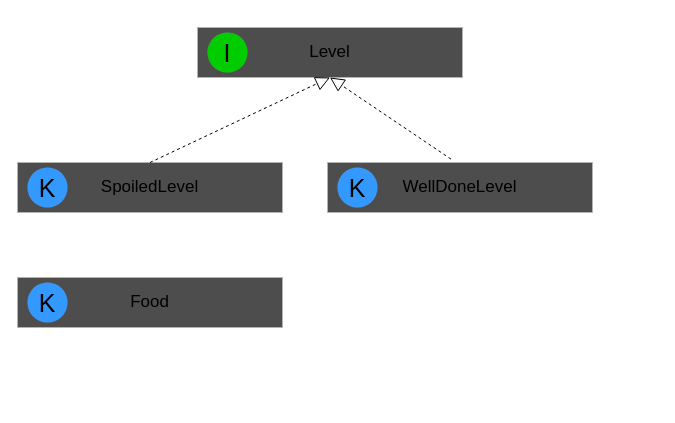
Earlier version of the draw.io diagram src/main/java/com/splab/patterns/behavioralPatterns/state/stat.drawio (Sava175/SpLab). Source tidied: cells renumbered, new cells numbered last; positions are measured from the earlier drawing's top-left corner, leaving out a move shared by most shapes. Both pictures are drawn from the tidied source at 100%, with x=0, y=0 at pixel (17, 27).
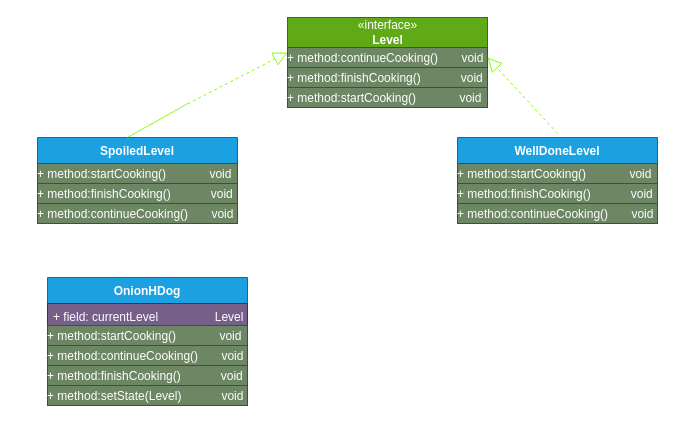
After the change.

Diff of the diagram source:
```diff
@@
-    <mxCell id="2" value="&lt;font style=&quot;font-size: 17px;&quot;&gt;Level&lt;/font&gt;" style="rounded=0;whiteSpace=wrap;html=1;fillColor=#4D4D4D;align=center;strokeColor=#B3B3B3;" parent="1" vertex="1">
-      <mxGeometry x="180" width="265" height="50" as="geometry" />
-    </mxCell>
-    <mxCell id="3" value="I" style="ellipse;whiteSpace=wrap;html=1;strokeColor=#B3B3B3;strokeWidth=0;fontSize=25;fontColor=#000000;fillColor=#00CC00;" parent="1" vertex="1">
-      <mxGeometry x="190" y="5" width="40" height="40" as="geometry" />
-    </mxCell>
+    <mxCell id="12" value="«interface»&lt;br&gt;&lt;b&gt;Level&lt;/b&gt;" style="html=1;fillColor=#60a917;fontColor=#ffffff;strokeColor=#2D7600;" parent="1" vertex="1">
+      <mxGeometry x="270" y="-10" width="200" height="30" as="geometry" />
+    </mxCell>
+    <mxCell id="13" value="&lt;p style=&quot;margin: 4px 0px 0px;&quot;&gt;+ method:continueCooking()&amp;nbsp; &amp;nbsp; &amp;nbsp; &amp;nbsp;void&lt;br&gt;&lt;br&gt;&lt;/p&gt;" style="verticalAlign=top;align=left;overflow=fill;fontSize=12;fontFamily=Helvetica;html=1;fillColor=#6d8764;fontColor=#ffffff;strokeColor=#3A5431;" parent="1" vertex="1">
+      <mxGeometry x="270" y="20" width="200" height="20" as="geometry" />
+    </mxCell>
-    <mxCell id="4" value="&lt;span style=&quot;font-size: 17px;&quot;&gt;SpoiledLevel&lt;/span&gt;" style="rounded=0;whiteSpace=wrap;html=1;fillColor=#4D4D4D;align=center;strokeColor=#B3B3B3;" parent="1" vertex="1">
-      <mxGeometry y="135" width="265" height="50" as="geometry" />
+    <mxCell id="4" value="SpoiledLevel" style="swimlane;fontStyle=1;align=center;verticalAlign=top;horizontal=1;startSize=26;fillColor=#1ba1e2;fontColor=#ffffff;strokeColor=#006EAF;" parent="1" vertex="1">
+      <mxGeometry x="20" y="110" width="200" height="46" as="geometry" />
     </mxCell>
-    <mxCell id="5" value="K" style="ellipse;whiteSpace=wrap;html=1;strokeColor=#B3B3B3;strokeWidth=0;fontSize=25;fontColor=#000000;fillColor=#3399FF;" parent="1" vertex="1">
-      <mxGeometry x="10" y="140" width="40" height="40" as="geometry" />
-    </mxCell>
+    <mxCell id="14" value="&lt;p style=&quot;margin: 4px 0px 0px;&quot;&gt;+ method:startCooking()&amp;nbsp; &amp;nbsp; &amp;nbsp; &amp;nbsp; &amp;nbsp; &amp;nbsp; &amp;nbsp;void&lt;br&gt;&lt;br&gt;&lt;/p&gt;" style="verticalAlign=top;align=left;overflow=fill;fontSize=12;fontFamily=Helvetica;html=1;fillColor=#6d8764;fontColor=#ffffff;strokeColor=#3A5431;" parent="4" vertex="1">
+      <mxGeometry y="26" width="200" height="20" as="geometry" />
+    </mxCell>
-    <mxCell id="6" value="&lt;font style=&quot;font-size: 17px;&quot;&gt;WellDoneLevel&lt;/font&gt;" style="rounded=0;whiteSpace=wrap;html=1;fillColor=#4D4D4D;align=center;strokeColor=#B3B3B3;" parent="1" vertex="1">
-      <mxGeometry x="310" y="135" width="265" height="50" as="geometry" />
+    <mxCell id="6" value="WellDoneLevel" style="swimlane;fontStyle=1;align=center;verticalAlign=top;horizontal=1;startSize=26;fillColor=#1ba1e2;fontColor=#ffffff;strokeColor=#006EAF;" parent="1" vertex="1">
+      <mxGeometry x="440" y="110" width="200" height="52" as="geometry" />
     </mxCell>
-    <mxCell id="7" value="K" style="ellipse;whiteSpace=wrap;html=1;strokeColor=#B3B3B3;strokeWidth=0;fontSize=25;fontColor=#000000;fillColor=#3399FF;" parent="1" vertex="1">
-      <mxGeometry x="320" y="140" width="40" height="40" as="geometry" />
-    </mxCell>
-    <mxCell id="8" value="&lt;font style=&quot;font-size: 17px;&quot;&gt;Food&lt;/font&gt;" style="rounded=0;whiteSpace=wrap;html=1;fillColor=#4D4D4D;align=center;strokeColor=#B3B3B3;" parent="1" vertex="1">
-      <mxGeometry y="250" width="265" height="50" as="geometry" />
-    </mxCell>
-    <mxCell id="9" value="K" style="ellipse;whiteSpace=wrap;html=1;strokeColor=#B3B3B3;strokeWidth=0;fontSize=25;fontColor=#000000;fillColor=#3399FF;" parent="1" vertex="1">
-      <mxGeometry x="10" y="255" width="40" height="40" as="geometry" />
-    </mxCell>
-    <mxCell id="10" style="endArrow=block;dashed=1;endFill=0;endSize=12;html=1;rounded=0;entryX=0.5;entryY=1;entryDx=0;entryDy=0;exitX=0.5;exitY=0;exitDx=0;exitDy=0;" parent="1" edge="1" source="4" target="2">
-      <mxGeometry relative="1" as="geometry" />
-    </mxCell>
-    <mxCell id="11" style="endArrow=block;dashed=1;endFill=0;endSize=12;html=1;rounded=0;entryX=0.5;entryY=1;entryDx=0;entryDy=0;exitX=0.466;exitY=-0.068;exitDx=0;exitDy=0;exitPerimeter=0;" parent="1" edge="1" source="6" target="2">
-      <mxGeometry relative="1" as="geometry" />
-    </mxCell>
+    <mxCell id="15" value="&lt;p style=&quot;margin: 4px 0px 0px;&quot;&gt;+ method:startCooking()&amp;nbsp; &amp;nbsp; &amp;nbsp; &amp;nbsp; &amp;nbsp; &amp;nbsp; &amp;nbsp;void&lt;br&gt;&lt;br&gt;&lt;/p&gt;" style="verticalAlign=top;align=left;overflow=fill;fontSize=12;fontFamily=Helvetica;html=1;fillColor=#6d8764;fontColor=#ffffff;strokeColor=#3A5431;" parent="6" vertex="1">
+      <mxGeometry y="26" width="200" height="26" as="geometry" />
+    </mxCell>
+    <mxCell id="16" value="&lt;p style=&quot;margin: 4px 0px 0px;&quot;&gt;+ method:finishCooking()&amp;nbsp; &amp;nbsp; &amp;nbsp; &amp;nbsp; &amp;nbsp; &amp;nbsp; void&lt;br&gt;&lt;br&gt;&lt;/p&gt;" style="verticalAlign=top;align=left;overflow=fill;fontSize=12;fontFamily=Helvetica;html=1;fillColor=#6d8764;fontColor=#ffffff;strokeColor=#3A5431;" parent="1" vertex="1">
+      <mxGeometry x="270" y="40" width="200" height="20" as="geometry" />
+    </mxCell>
+    <mxCell id="17" value="&lt;p style=&quot;margin: 4px 0px 0px;&quot;&gt;+ method:startCooking()&amp;nbsp; &amp;nbsp; &amp;nbsp; &amp;nbsp; &amp;nbsp; &amp;nbsp; &amp;nbsp;void&lt;br&gt;&lt;br&gt;&lt;/p&gt;" style="verticalAlign=top;align=left;overflow=fill;fontSize=12;fontFamily=Helvetica;html=1;fillColor=#6d8764;fontColor=#ffffff;strokeColor=#3A5431;" parent="1" vertex="1">
+      <mxGeometry x="270" y="60" width="200" height="20" as="geometry" />
+    </mxCell>
+    <mxCell id="18" value="&lt;p style=&quot;margin: 4px 0px 0px;&quot;&gt;+ method:finishCooking()&amp;nbsp; &amp;nbsp; &amp;nbsp; &amp;nbsp; &amp;nbsp; &amp;nbsp; void&lt;br&gt;&lt;br&gt;&lt;/p&gt;" style="verticalAlign=top;align=left;overflow=fill;fontSize=12;fontFamily=Helvetica;html=1;fillColor=#6d8764;fontColor=#ffffff;strokeColor=#3A5431;" parent="1" vertex="1">
+      <mxGeometry x="20" y="156" width="200" height="20" as="geometry" />
+    </mxCell>
+    <mxCell id="19" value="&lt;p style=&quot;margin: 4px 0px 0px;&quot;&gt;+ method:continueCooking()&amp;nbsp; &amp;nbsp; &amp;nbsp; &amp;nbsp;void&lt;br&gt;&lt;br&gt;&lt;/p&gt;" style="verticalAlign=top;align=left;overflow=fill;fontSize=12;fontFamily=Helvetica;html=1;fillColor=#6d8764;fontColor=#ffffff;strokeColor=#3A5431;" parent="1" vertex="1">
+      <mxGeometry x="20" y="176" width="200" height="20" as="geometry" />
+    </mxCell>
+    <mxCell id="20" value="&lt;p style=&quot;margin: 4px 0px 0px;&quot;&gt;+ method:finishCooking()&amp;nbsp; &amp;nbsp; &amp;nbsp; &amp;nbsp; &amp;nbsp; &amp;nbsp; void&lt;br&gt;&lt;br&gt;&lt;/p&gt;" style="verticalAlign=top;align=left;overflow=fill;fontSize=12;fontFamily=Helvetica;html=1;fillColor=#6d8764;fontColor=#ffffff;strokeColor=#3A5431;" parent="1" vertex="1">
+      <mxGeometry x="440" y="156" width="200" height="20" as="geometry" />
+    </mxCell>
+    <mxCell id="21" value="&lt;p style=&quot;margin: 4px 0px 0px;&quot;&gt;+ method:continueCooking()&amp;nbsp; &amp;nbsp; &amp;nbsp; &amp;nbsp;void&lt;br&gt;&lt;br&gt;&lt;/p&gt;" style="verticalAlign=top;align=left;overflow=fill;fontSize=12;fontFamily=Helvetica;html=1;fillColor=#6d8764;fontColor=#ffffff;strokeColor=#3A5431;" parent="1" vertex="1">
+      <mxGeometry x="440" y="176" width="200" height="20" as="geometry" />
+    </mxCell>
+    <mxCell id="22" style="endArrow=block;dashed=1;endFill=0;endSize=12;html=1;rounded=0;fillColor=#60a917;strokeColor=#80FF00;entryX=0;entryY=0.25;entryDx=0;entryDy=0;" parent="1" edge="1" target="13">
+      <mxGeometry relative="1" as="geometry">
+        <mxPoint x="170.1" y="76" as="sourcePoint" />
+        <Array as="points">
+          <mxPoint x="110" y="110" />
+          <mxPoint x="170" y="76.4" />
+        </Array>
+      </mxGeometry>
+    </mxCell>
+    <mxCell id="23" style="endArrow=block;dashed=1;endFill=0;endSize=12;html=1;rounded=0;fillColor=#60a917;strokeColor=#80FF00;" parent="1" edge="1">
+      <mxGeometry relative="1" as="geometry">
+        <mxPoint x="540.1" y="106" as="sourcePoint" />
+        <mxPoint x="470" y="30" as="targetPoint" />
+        <Array as="points">
+          <mxPoint x="540" y="106.4" />
+        </Array>
+      </mxGeometry>
+    </mxCell>
+    <mxCell id="24" value="OnionHDog" style="swimlane;fontStyle=1;align=center;verticalAlign=top;horizontal=1;startSize=26;fillColor=#1ba1e2;fontColor=#ffffff;strokeColor=#006EAF;" parent="1" vertex="1">
+      <mxGeometry x="30" y="250" width="200" height="48" as="geometry" />
+    </mxCell>
+    <mxCell id="25" value="+ field: currentLevel                 Level" style="text;strokeColor=#432D57;fillColor=#76608a;align=left;verticalAlign=top;spacingLeft=4;spacingRight=4;overflow=hidden;fontColor=#ffffff;" parent="24" vertex="1">
+      <mxGeometry y="26" width="200" height="22" as="geometry" />
+    </mxCell>
+    <mxCell id="26" value="&lt;p style=&quot;margin: 4px 0px 0px;&quot;&gt;+ method:startCooking()&amp;nbsp; &amp;nbsp; &amp;nbsp; &amp;nbsp; &amp;nbsp; &amp;nbsp; &amp;nbsp;void&lt;br&gt;&lt;br&gt;&lt;/p&gt;" style="verticalAlign=top;align=left;overflow=fill;fontSize=12;fontFamily=Helvetica;html=1;fillColor=#6d8764;fontColor=#ffffff;strokeColor=#3A5431;" parent="1" vertex="1">
+      <mxGeometry x="30" y="298" width="200" height="20" as="geometry" />
+    </mxCell>
+    <mxCell id="27" value="&lt;p style=&quot;margin: 4px 0px 0px;&quot;&gt;+ method:continueCooking()&amp;nbsp; &amp;nbsp; &amp;nbsp; &amp;nbsp;void&lt;br&gt;&lt;br&gt;&lt;/p&gt;" style="verticalAlign=top;align=left;overflow=fill;fontSize=12;fontFamily=Helvetica;html=1;fillColor=#6d8764;fontColor=#ffffff;strokeColor=#3A5431;" parent="1" vertex="1">
+      <mxGeometry x="30" y="318" width="200" height="20" as="geometry" />
+    </mxCell>
+    <mxCell id="28" value="&lt;p style=&quot;margin: 4px 0px 0px;&quot;&gt;+ method:finishCooking()&amp;nbsp; &amp;nbsp; &amp;nbsp; &amp;nbsp; &amp;nbsp; &amp;nbsp; void&lt;br&gt;&lt;br&gt;&lt;/p&gt;" style="verticalAlign=top;align=left;overflow=fill;fontSize=12;fontFamily=Helvetica;html=1;fillColor=#6d8764;fontColor=#ffffff;strokeColor=#3A5431;" parent="1" vertex="1">
+      <mxGeometry x="30" y="338" width="200" height="20" as="geometry" />
+    </mxCell>
+    <mxCell id="29" value="&lt;p style=&quot;margin: 4px 0px 0px;&quot;&gt;+ method:setState(Level)&amp;nbsp; &amp;nbsp; &amp;nbsp; &amp;nbsp; &amp;nbsp; &amp;nbsp; void&lt;br&gt;&lt;br&gt;&lt;/p&gt;" style="verticalAlign=top;align=left;overflow=fill;fontSize=12;fontFamily=Helvetica;html=1;fillColor=#6d8764;fontColor=#ffffff;strokeColor=#3A5431;" parent="1" vertex="1">
+      <mxGeometry x="30" y="358" width="200" height="20" as="geometry" />
+    </mxCell>
```
